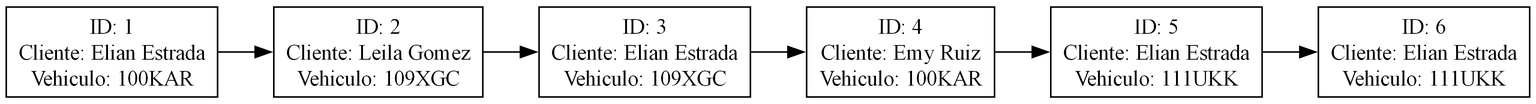
Above: Reportes/Viajes_General.png in miguel-tubac/EDD_Proyecto2_202101927 (Graphviz), before the change. Its source is kept beside it as Reportes/Viajes_General.dot.
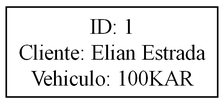
Above is the later version.

Change to the diagram source:
```diff
@@ -2,14 +2,4 @@
     rankdir=LR;
     node [shape=record];
     node0 [label="ID: 1\nCliente:  Elian  Estrada\nVehiculo: 100KAR"];
-    node1 [label="ID: 2\nCliente:  Leila  Gomez\nVehiculo: 109XGC"];
-    node2 [label="ID: 3\nCliente:  Elian  Estrada\nVehiculo: 109XGC"];
-    node3 [label="ID: 4\nCliente:  Emy  Ruiz\nVehiculo: 100KAR"];
-    node4 [label="ID: 5\nCliente:  Elian  Estrada\nVehiculo: 111UKK"];
-    node5 [label="ID: 6\nCliente:  Elian  Estrada\nVehiculo: 111UKK"];
-    node0 -> node1;
-    node1 -> node2;
-    node2 -> node3;
-    node3 -> node4;
-    node4 -> node5;
 }
```
